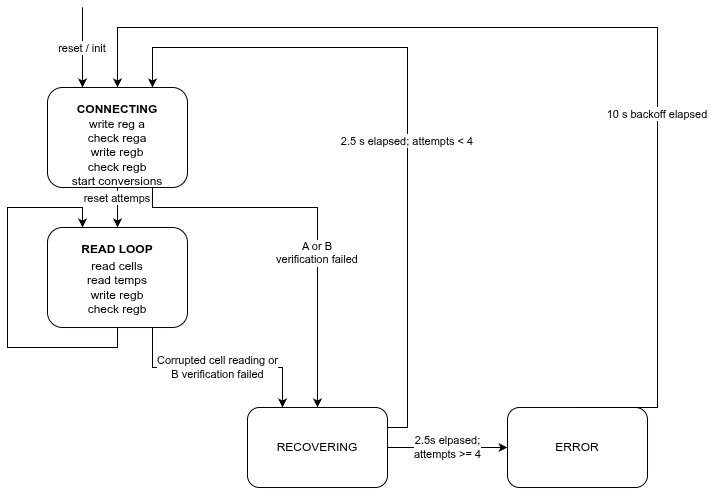
Before: firmware/source/a_box/adbms/ADBMS_FSM.drawio.png, a diagram exported from draw.io (PurdueElectricRacing/monorepo). Source tidied: cells renumbered, new cells last; positions are measured from the earlier drawing's top-left corner, leaving out a move shared by most shapes.
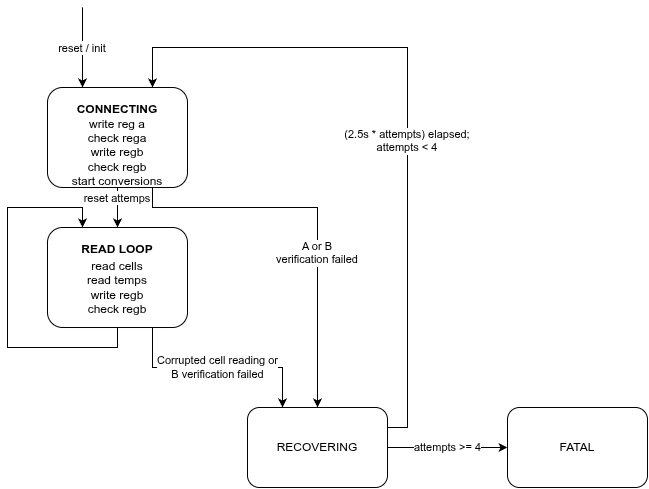
After the change.

Commit message:
ERROR -> FATAL and its terminal; sleep longer each time

Change to the diagram source:
```diff
@@ -8,13 +8,13 @@
     <mxCell id="3" value="READ LOOP&#10;&#10;&#10;&#10;" style="rounded=1;whiteSpace=wrap;html=0;fillColor=#FFFFFF;strokeColor=#000000;fontFamily=Helvetica;fontSize=12;fontStyle=1;" parent="1" vertex="1">
       <mxGeometry x="40" y="220" width="140" height="100" as="geometry" />
     </mxCell>
-    <mxCell id="4" value="&lt;span style=&quot;color: rgb(0, 0, 0);&quot;&gt;2.5s elpased;&lt;/span&gt;&lt;div&gt;&lt;span style=&quot;color: rgb(0, 0, 0);&quot;&gt;attempts &amp;gt;= 4&lt;/span&gt;&lt;/div&gt;" style="edgeStyle=none;html=1;entryX=0;entryY=0.5;entryDx=0;entryDy=0;" parent="1" edge="1" source="5" target="6">
+    <mxCell id="4" value="&lt;div&gt;&lt;span style=&quot;color: rgb(0, 0, 0);&quot;&gt;attempts &amp;gt;= 4&lt;/span&gt;&lt;/div&gt;" style="edgeStyle=none;html=1;entryX=0;entryY=0.5;entryDx=0;entryDy=0;" parent="1" edge="1" source="5" target="6">
       <mxGeometry relative="1" as="geometry" />
     </mxCell>
     <mxCell id="5" value="RECOVERING" style="rounded=1;whiteSpace=wrap;html=0;fillColor=#FFFFFF;strokeColor=#000000;fontFamily=Helvetica;fontSize=12;" parent="1" vertex="1">
       <mxGeometry x="240" y="400" width="140" height="80" as="geometry" />
     </mxCell>
-    <mxCell id="6" value="ERROR" style="rounded=1;whiteSpace=wrap;html=0;fillColor=#FFFFFF;strokeColor=#000000;fontFamily=Helvetica;fontSize=12;" parent="1" vertex="1">
+    <mxCell id="6" value="FATAL" style="rounded=1;whiteSpace=wrap;html=0;fillColor=#FFFFFF;strokeColor=#000000;fontFamily=Helvetica;fontSize=12;" parent="1" vertex="1">
       <mxGeometry x="500" y="400" width="140" height="80" as="geometry" />
     </mxCell>
     <mxCell id="7" value="reset / init" style="endArrow=classic;html=0;rounded=0;curved=0;strokeColor=#000000;entryX=0.25;entryY=0;entryDx=0;entryDy=0;" parent="1" edge="1" target="2">
@@ -33,7 +33,7 @@
         </Array>
       </mxGeometry>
     </mxCell>
-    <mxCell id="10" value="2.5 s elapsed; attempts &lt; 4" style="endArrow=classic;html=0;rounded=0;strokeColor=#000000;exitX=1;exitY=0.25;exitDx=0;exitDy=0;entryX=0.75;entryY=0;entryDx=0;entryDy=0;edgeStyle=orthogonalEdgeStyle;" parent="1" edge="1" source="5" target="2">
+    <mxCell id="10" value="(2.5s * attempts) elapsed;&#10;attempts &lt; 4" style="endArrow=classic;html=0;rounded=0;strokeColor=#000000;exitX=1;exitY=0.25;exitDx=0;exitDy=0;entryX=0.75;entryY=0;entryDx=0;entryDy=0;edgeStyle=orthogonalEdgeStyle;" parent="1" edge="1" source="5" target="2">
       <mxGeometry x="-0.12" relative="1" as="geometry">
         <Array as="points">
           <mxPoint x="400" y="420" />
@@ -42,14 +42,6 @@
         </Array>
       </mxGeometry>
     </mxCell>
-    <mxCell id="11" value="10 s backoff elapsed" style="endArrow=classic;html=0;rounded=0;strokeColor=#000000;edgeStyle=orthogonalEdgeStyle;entryX=0.5;entryY=0;entryDx=0;entryDy=0;exitX=0.5;exitY=0;exitDx=0;exitDy=0;" parent="1" edge="1" source="6" target="2">
-      <mxGeometry x="-0.29" relative="1" as="geometry">
-        <Array as="points">
-          <mxPoint x="650" y="20" />
-          <mxPoint x="110" y="20" />
-        </Array>
-      </mxGeometry>
-    </mxCell>
     <mxCell id="12" value="&lt;span style=&quot;color: rgb(0, 0, 0);&quot;&gt;write reg a&lt;/span&gt;&lt;div&gt;&lt;span style=&quot;color: rgb(0, 0, 0);&quot;&gt;check rega&lt;/span&gt;&lt;/div&gt;&lt;div&gt;&lt;span style=&quot;color: rgb(0, 0, 0);&quot;&gt;write regb&lt;/span&gt;&lt;/div&gt;&lt;div&gt;&lt;span style=&quot;color: rgb(0, 0, 0);&quot;&gt;check regb&lt;/span&gt;&lt;/div&gt;&lt;div&gt;&lt;span style=&quot;color: rgb(0, 0, 0);&quot;&gt;start conversions&lt;/span&gt;&lt;/div&gt;" style="text;html=1;whiteSpace=wrap;strokeColor=none;fillColor=none;align=center;verticalAlign=middle;rounded=0;" parent="1" vertex="1">
       <mxGeometry x="40" y="110" width="140" height="70" as="geometry" />
     </mxCell>
```
